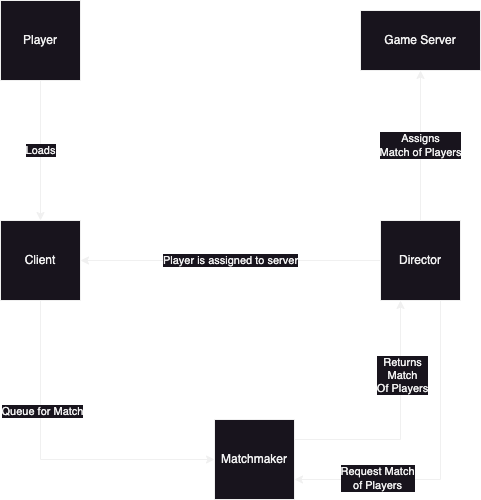
artyte/matchmaking keeps this draw.io diagram as architecture.png. Above is the earlier version. Source tidied: cells renumbered, new cells last; positions are measured from the earlier drawing's top-left corner, leaving out a move shared by most shapes.
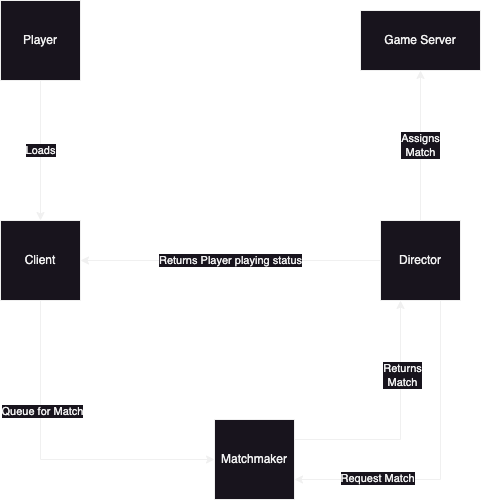
The same diagram one commit later.

What changed in the source:
```diff
@@ -13,16 +13,16 @@
     <mxCell id="4" value="Client" style="whiteSpace=wrap;html=1;" parent="1" vertex="1">
       <mxGeometry y="220" width="80" height="80" as="geometry" />
     </mxCell>
-    <mxCell id="5" value="Assigns&lt;br&gt;Match of Players" style="edgeStyle=orthogonalEdgeStyle;rounded=0;jettySize=auto;html=1;exitX=0.5;exitY=0;exitDx=0;exitDy=0;entryX=0.5;entryY=1;entryDx=0;entryDy=0;" parent="1" edge="1" source="9" target="15">
+    <mxCell id="5" value="Assigns&lt;br&gt;Match" style="edgeStyle=orthogonalEdgeStyle;rounded=0;jettySize=auto;html=1;exitX=0.5;exitY=0;exitDx=0;exitDy=0;entryX=0.5;entryY=1;entryDx=0;entryDy=0;" parent="1" edge="1" source="9" target="15">
       <mxGeometry relative="1" as="geometry" />
     </mxCell>
     <mxCell id="6" style="edgeStyle=orthogonalEdgeStyle;rounded=0;jettySize=auto;html=1;exitX=0.75;exitY=1;exitDx=0;exitDy=0;entryX=1;entryY=0.75;entryDx=0;entryDy=0;" parent="1" edge="1" source="9" target="14">
       <mxGeometry relative="1" as="geometry" />
     </mxCell>
-    <mxCell id="7" value="Request Match&lt;br&gt;of Players" style="edgeLabel;html=1;align=center;verticalAlign=middle;" parent="6" vertex="1">
+    <mxCell id="7" value="Request Match" style="edgeLabel;html=1;align=center;verticalAlign=middle;" parent="6" vertex="1">
       <mxGeometry x="0.5" y="-2" relative="1" as="geometry" />
     </mxCell>
-    <mxCell id="8" value="Player is assigned to server" style="edgeStyle=orthogonalEdgeStyle;rounded=0;jettySize=auto;html=1;exitX=0;exitY=0.5;exitDx=0;exitDy=0;entryX=1;entryY=0.5;entryDx=0;entryDy=0;" parent="1" edge="1" source="9" target="4">
+    <mxCell id="8" value="Returns Player playing status" style="edgeStyle=orthogonalEdgeStyle;rounded=0;jettySize=auto;html=1;exitX=0;exitY=0.5;exitDx=0;exitDy=0;entryX=1;entryY=0.5;entryDx=0;entryDy=0;" parent="1" edge="1" source="9" target="4">
       <mxGeometry relative="1" as="geometry" />
     </mxCell>
     <mxCell id="9" value="Director" style="whiteSpace=wrap;html=1;" parent="1" vertex="1">
@@ -37,7 +37,7 @@
     <mxCell id="12" style="edgeStyle=orthogonalEdgeStyle;rounded=0;jettySize=auto;html=1;exitX=1;exitY=0.25;exitDx=0;exitDy=0;entryX=0.25;entryY=1;entryDx=0;entryDy=0;" parent="1" edge="1" source="14" target="9">
       <mxGeometry relative="1" as="geometry" />
     </mxCell>
-    <mxCell id="13" value="Returns&lt;br&gt;Match&lt;br&gt;Of Players" style="edgeLabel;html=1;align=center;verticalAlign=middle;" parent="12" vertex="1">
+    <mxCell id="13" value="Returns&lt;br&gt;Match" style="edgeLabel;html=1;align=center;verticalAlign=middle;" parent="12" vertex="1">
       <mxGeometry x="0.05" y="-1" relative="1" as="geometry">
         <mxPoint y="-42" as="offset" />
       </mxGeometry>
```
